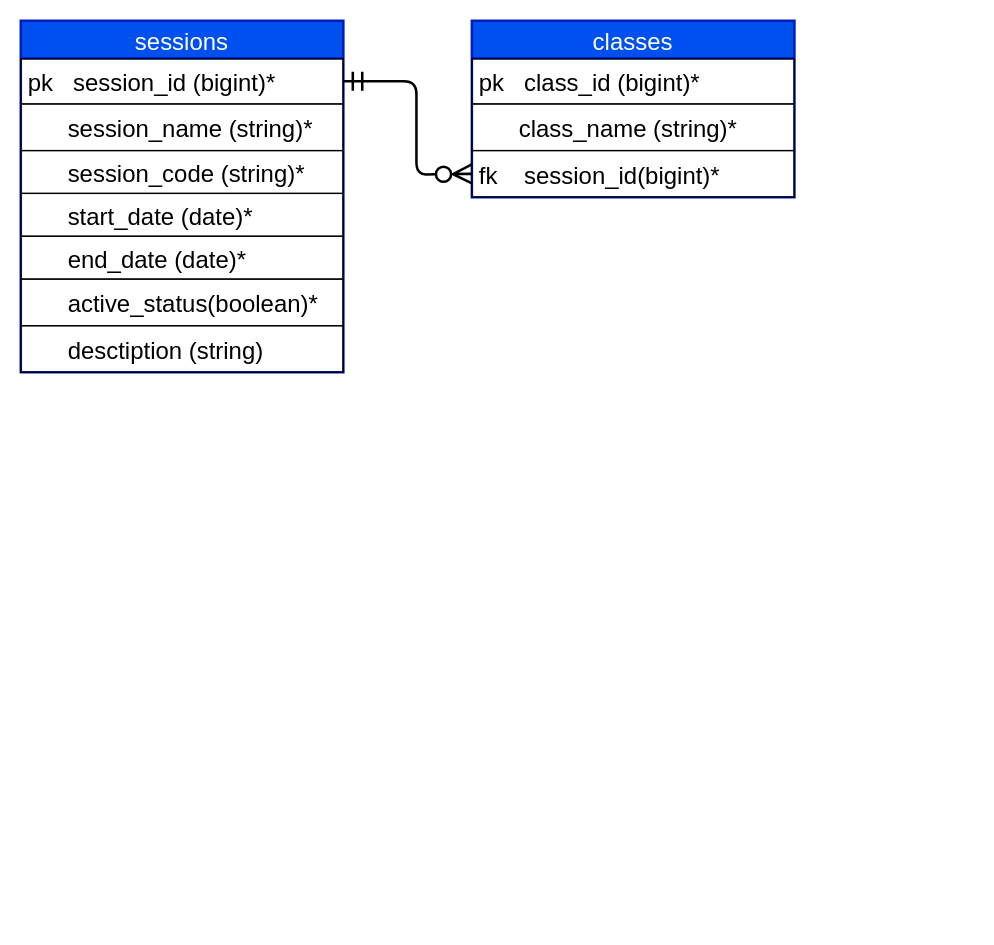
efthakhar/v-school-backend keeps this draw.io diagram as a2z-db-design.drawio. Above is the earlier version. Source tidied: cells renumbered, new cells numbered last; positions are measured from the earlier drawing's top-left corner, leaving out a move shared by most shapes. Both pictures are drawn from the tidied source at 126%, with x=0, y=0 at pixel (20, 20).
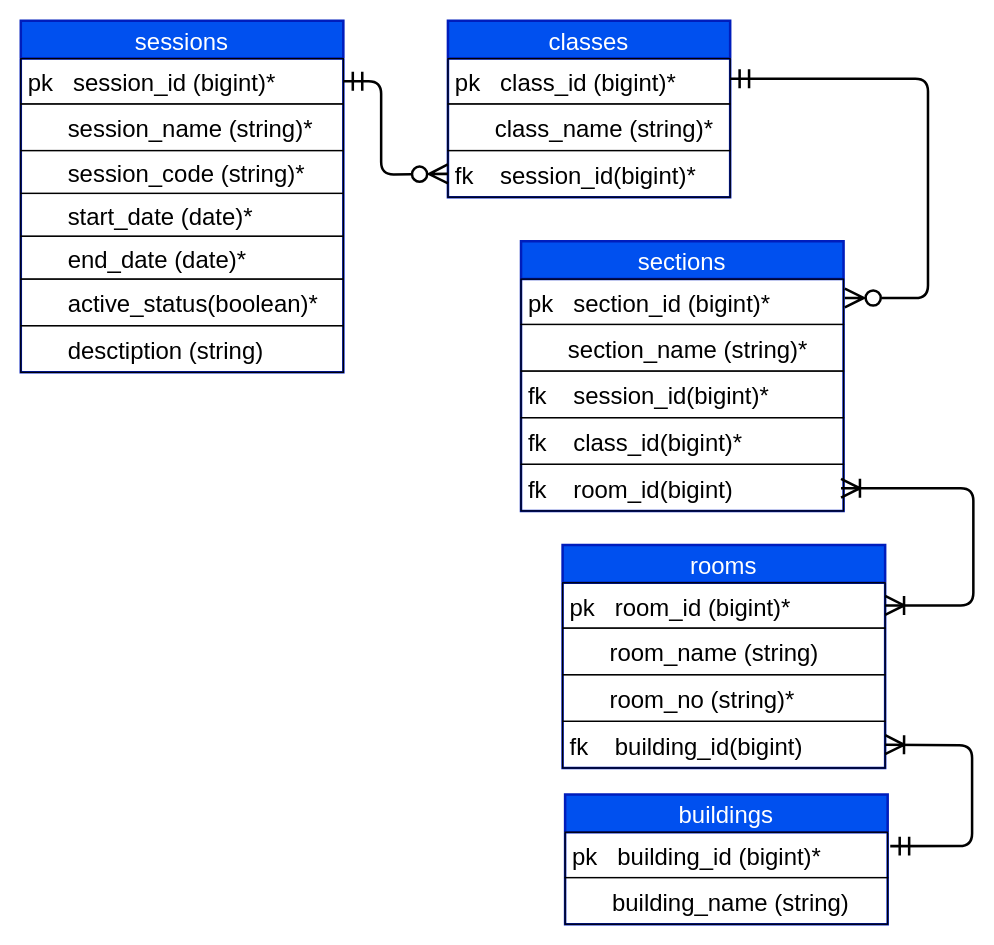
The same diagram, later.

Commit message:
sections, rooms & buildings table schema created

Unchanged cells that the change refers to:
```xml
<mxCell id="3" value="pk   session_id (bigint)*" style="text;strokeColor=#000000;fillColor=none;align=left;verticalAlign=middle;spacingLeft=4;spacingRight=4;overflow=hidden;points=[[0,0.5],[1,0.5]];portConstraint=eastwest;labelBackgroundColor=none;fontColor=#000000;fontSize=19;" parent="2" vertex="1">
  <mxGeometry y="30" width="256" height="36" as="geometry" />
</mxCell>
```

Diff of the diagram source:
```diff
@@
     <mxCell id="10" value="classes" style="swimlane;fontStyle=0;horizontal=1;startSize=30;labelBackgroundColor=none;fontColor=#ffffff;strokeColor=#001DBC;strokeWidth=2;fillColor=#0050ef;fontSize=19;" parent="1" vertex="1">
-      <mxGeometry x="358" width="256" height="140" as="geometry" />
+      <mxGeometry x="339" width="224" height="140" as="geometry" />
     </mxCell>
     <mxCell id="11" value="pk   class_id (bigint)*" style="text;strokeColor=#000000;fillColor=none;align=left;verticalAlign=middle;spacingLeft=4;spacingRight=4;overflow=hidden;labelBackgroundColor=none;fontColor=#000000;fontSize=19;" parent="10" vertex="1">
-      <mxGeometry y="30" width="256" height="36" as="geometry" />
+      <mxGeometry y="30" width="224" height="36" as="geometry" />
     </mxCell>
     <mxCell id="12" value="      class_name (string)*" style="text;strokeColor=#000000;fillColor=none;align=left;verticalAlign=middle;spacingLeft=4;spacingRight=4;overflow=hidden;labelBackgroundColor=none;fontColor=#000000;fontSize=19;" parent="10" vertex="1">
-      <mxGeometry y="66" width="256" height="37" as="geometry" />
+      <mxGeometry y="66" width="224" height="37" as="geometry" />
     </mxCell>
     <mxCell id="13" value="fk    session_id(bigint)*" style="text;strokeColor=#000000;fillColor=none;align=left;verticalAlign=middle;spacingLeft=4;spacingRight=4;overflow=hidden;points=[[0,0.5],[1,0.5]];portConstraint=eastwest;labelBackgroundColor=none;fontColor=#000000;fontSize=19;" parent="10" vertex="1">
-      <mxGeometry y="103" width="256" height="37" as="geometry" />
+      <mxGeometry y="103" width="224" height="37" as="geometry" />
     </mxCell>
     <mxCell id="14" style="edgeStyle=none;html=1;exitX=1;exitY=0.5;exitDx=0;exitDy=0;entryX=0;entryY=0.5;entryDx=0;entryDy=0;fontFamily=Helvetica;fontSize=19;fontColor=#F0F0F0;strokeColor=#000000;strokeWidth=2;endArrow=ERzeroToMany;endFill=0;endSize=12;startArrow=ERmandOne;startFill=0;targetPerimeterSpacing=12;sourcePerimeterSpacing=12;startSize=12;" parent="1" edge="1" source="3" target="13">
       <mxGeometry relative="1" as="geometry">
         <Array as="points">
-          <mxPoint x="314" y="48" />
-          <mxPoint x="314" y="122" />
+          <mxPoint x="286" y="48" />
+          <mxPoint x="286" y="122" />
         </Array>
       </mxGeometry>
     </mxCell>
+    <mxCell id="15" value="sections" style="swimlane;fontStyle=0;horizontal=1;startSize=30;labelBackgroundColor=none;fontColor=#ffffff;strokeColor=#001DBC;strokeWidth=2;fillColor=#0050ef;fontSize=19;" parent="1" vertex="1">
+      <mxGeometry x="397" y="175" width="256" height="214" as="geometry" />
+    </mxCell>
+    <mxCell id="16" value="pk   section_id (bigint)*" style="text;strokeColor=#000000;fillColor=none;align=left;verticalAlign=middle;spacingLeft=4;spacingRight=4;overflow=hidden;labelBackgroundColor=none;fontColor=#000000;fontSize=19;" parent="15" vertex="1">
+      <mxGeometry y="30" width="256" height="36" as="geometry" />
+    </mxCell>
+    <mxCell id="17" value="      section_name (string)*" style="text;strokeColor=#000000;fillColor=none;align=left;verticalAlign=middle;spacingLeft=4;spacingRight=4;overflow=hidden;labelBackgroundColor=none;fontColor=#000000;fontSize=19;" parent="15" vertex="1">
+      <mxGeometry y="66" width="256" height="37" as="geometry" />
+    </mxCell>
+    <mxCell id="18" value="fk    session_id(bigint)*" style="text;strokeColor=#000000;fillColor=none;align=left;verticalAlign=middle;spacingLeft=4;spacingRight=4;overflow=hidden;labelBackgroundColor=none;fontColor=#000000;fontSize=19;" parent="15" vertex="1">
+      <mxGeometry y="103" width="256" height="37" as="geometry" />
+    </mxCell>
+    <mxCell id="19" value="fk    class_id(bigint)*" style="text;strokeColor=#000000;fillColor=none;align=left;verticalAlign=middle;spacingLeft=4;spacingRight=4;overflow=hidden;labelBackgroundColor=none;fontColor=#000000;fontSize=19;" parent="15" vertex="1">
+      <mxGeometry y="140" width="256" height="37" as="geometry" />
+    </mxCell>
+    <mxCell id="20" value="fk    room_id(bigint)" style="text;strokeColor=#000000;fillColor=none;align=left;verticalAlign=middle;spacingLeft=4;spacingRight=4;overflow=hidden;labelBackgroundColor=none;fontColor=#000000;fontSize=19;" parent="15" vertex="1">
+      <mxGeometry y="177" width="256" height="37" as="geometry" />
+    </mxCell>
+    <mxCell id="21" style="edgeStyle=none;html=1;exitX=1;exitY=0.5;exitDx=0;exitDy=0;fontFamily=Helvetica;fontSize=19;fontColor=#F0F0F0;strokeColor=#000000;strokeWidth=2;endArrow=ERzeroToMany;endFill=0;endSize=12;startArrow=ERmandOne;startFill=0;targetPerimeterSpacing=12;sourcePerimeterSpacing=12;startSize=12;" parent="1" edge="1">
+      <mxGeometry relative="1" as="geometry">
+        <mxPoint x="563" y="46" as="sourcePoint" />
+        <mxPoint x="654" y="220" as="targetPoint" />
+        <Array as="points">
+          <mxPoint x="593" y="46" />
+          <mxPoint x="720" y="46" />
+          <mxPoint x="720" y="220" />
+        </Array>
+      </mxGeometry>
+    </mxCell>
+    <mxCell id="22" value="rooms" style="swimlane;fontStyle=0;horizontal=1;startSize=30;labelBackgroundColor=none;fontColor=#ffffff;strokeColor=#001DBC;strokeWidth=2;fillColor=#0050ef;fontSize=19;" parent="1" vertex="1">
+      <mxGeometry x="430" y="416" width="256" height="177" as="geometry" />
+    </mxCell>
+    <mxCell id="23" value="pk   room_id (bigint)*" style="text;strokeColor=#000000;fillColor=none;align=left;verticalAlign=middle;spacingLeft=4;spacingRight=4;overflow=hidden;points=[[0,0.5],[1,0.5]];portConstraint=eastwest;labelBackgroundColor=none;fontColor=#000000;fontSize=19;" parent="22" vertex="1">
+      <mxGeometry y="30" width="256" height="36" as="geometry" />
+    </mxCell>
+    <mxCell id="24" value="      room_name (string)" style="text;strokeColor=#000000;fillColor=none;align=left;verticalAlign=middle;spacingLeft=4;spacingRight=4;overflow=hidden;labelBackgroundColor=none;fontColor=#000000;fontSize=19;" parent="22" vertex="1">
+      <mxGeometry y="66" width="256" height="37" as="geometry" />
+    </mxCell>
+    <mxCell id="25" value="      room_no (string)*" style="text;strokeColor=#000000;fillColor=none;align=left;verticalAlign=middle;spacingLeft=4;spacingRight=4;overflow=hidden;labelBackgroundColor=none;fontColor=#000000;fontSize=19;" parent="22" vertex="1">
+      <mxGeometry y="103" width="256" height="37" as="geometry" />
+    </mxCell>
+    <mxCell id="26" value="fk    building_id(bigint)" style="text;strokeColor=#000000;fillColor=none;align=left;verticalAlign=middle;spacingLeft=4;spacingRight=4;overflow=hidden;points=[[0,0.5],[1,0.5]];portConstraint=eastwest;labelBackgroundColor=none;fontColor=#000000;fontSize=19;" parent="22" vertex="1">
+      <mxGeometry y="140" width="256" height="37" as="geometry" />
+    </mxCell>
+    <mxCell id="27" style="edgeStyle=none;html=1;fontFamily=Helvetica;fontSize=19;fontColor=#F0F0F0;strokeColor=#000000;strokeWidth=2;endArrow=ERoneToMany;endFill=0;endSize=12;startArrow=ERoneToMany;startFill=0;targetPerimeterSpacing=12;sourcePerimeterSpacing=12;startSize=12;entryX=1;entryY=0.5;entryDx=0;entryDy=0;" parent="1" edge="1" target="23">
+      <mxGeometry relative="1" as="geometry">
+        <mxPoint x="651" y="371" as="sourcePoint" />
+        <Array as="points">
+          <mxPoint x="756" y="371" />
+          <mxPoint x="756" y="464" />
+        </Array>
+      </mxGeometry>
+    </mxCell>
+    <mxCell id="28" value="buildings" style="swimlane;fontStyle=0;horizontal=1;startSize=30;labelBackgroundColor=none;fontColor=#ffffff;strokeColor=#001DBC;strokeWidth=2;fillColor=#0050ef;fontSize=19;" parent="1" vertex="1">
+      <mxGeometry x="432" y="614" width="256" height="103" as="geometry" />
+    </mxCell>
+    <mxCell id="29" value="pk   building_id (bigint)*" style="text;strokeColor=#000000;fillColor=none;align=left;verticalAlign=middle;spacingLeft=4;spacingRight=4;overflow=hidden;points=[[0,0.5],[1,0.5]];portConstraint=eastwest;labelBackgroundColor=none;fontColor=#000000;fontSize=19;" parent="28" vertex="1">
+      <mxGeometry y="30" width="256" height="36" as="geometry" />
+    </mxCell>
+    <mxCell id="30" value="      building_name (string)" style="text;strokeColor=#000000;fillColor=none;align=left;verticalAlign=middle;spacingLeft=4;spacingRight=4;overflow=hidden;labelBackgroundColor=none;fontColor=#000000;fontSize=19;" parent="28" vertex="1">
+      <mxGeometry y="66" width="256" height="37" as="geometry" />
+    </mxCell>
+    <mxCell id="31" style="edgeStyle=none;html=1;exitX=1;exitY=0.5;exitDx=0;exitDy=0;fontFamily=Helvetica;fontSize=19;fontColor=#F0F0F0;startArrow=ERoneToMany;startFill=0;endArrow=ERmandOne;endFill=0;startSize=12;endSize=12;sourcePerimeterSpacing=12;targetPerimeterSpacing=12;strokeColor=#000000;strokeWidth=2;entryX=1.008;entryY=0.306;entryDx=0;entryDy=0;entryPerimeter=0;" parent="1" edge="1" source="26" target="29">
+      <mxGeometry relative="1" as="geometry">
+        <Array as="points">
+          <mxPoint x="755" y="575" />
+          <mxPoint x="755" y="655" />
+        </Array>
+      </mxGeometry>
+    </mxCell>
```
